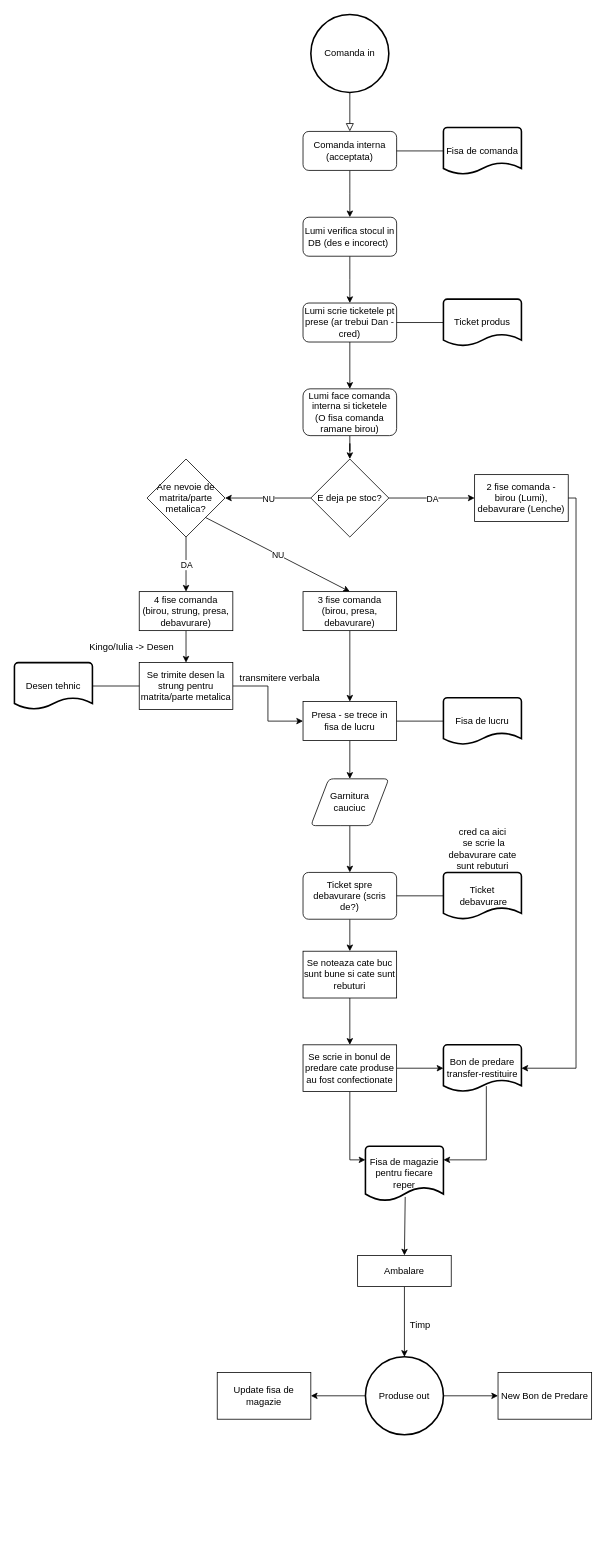
The draw.io diagram comandaFLow.drawio in CodeConjurerEth/Vulcom, before the edit. Source tidied: cells renumbered, new cells numbered last; positions are measured from the earlier drawing's top-left corner, leaving out a move shared by most shapes. Both pictures are drawn from the tidied source at 78%, with x=0, y=0 at pixel (14, 14).
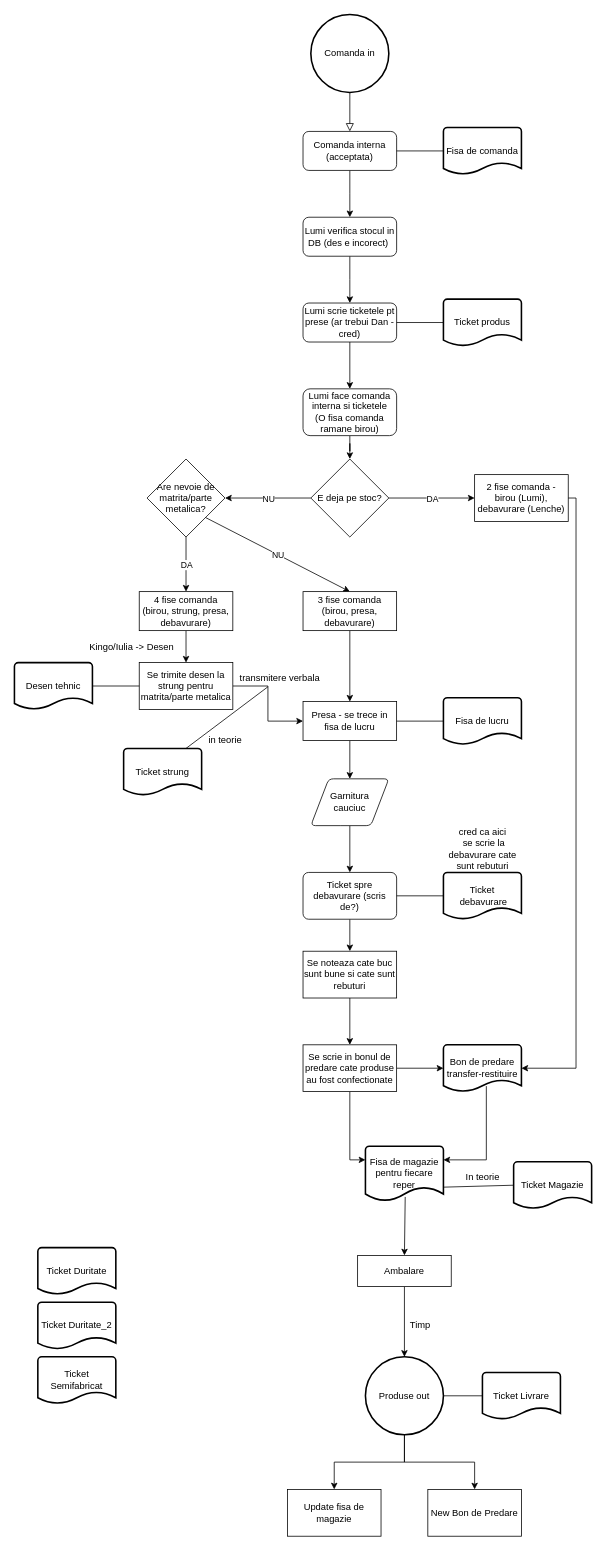
After the change.

The change refers to these unchanged cells:
```xml
<mxCell id="42" value="transmitere verbala" style="text;html=1;align=center;verticalAlign=middle;points=[];strokeColor=none;fillColor=none;" parent="1" vertex="1">
  <mxGeometry x="280" y="841" width="120" height="20" as="geometry" />
</mxCell>
<mxCell id="49" value="Fisa de magazie&lt;br&gt;pentru fiecare reper" style="strokeWidth=2;html=1;shape=mxgraph.flowchart.document2;whiteSpace=wrap;size=0.25;" parent="1" vertex="1">
  <mxGeometry x="450" y="1451" width="100" height="70" as="geometry" />
</mxCell>
<mxCell id="59" value="Produse out" style="strokeWidth=2;html=1;shape=mxgraph.flowchart.start_2;whiteSpace=wrap;" parent="1" vertex="1">
  <mxGeometry x="450" y="1721" width="100" height="100" as="geometry" />
</mxCell>
```

Diff of the diagram source:
```diff
@@
     <mxCell id="63" value="New Bon de Predare" style="whiteSpace=wrap;html=1;strokeWidth=1;" parent="1" vertex="1">
-      <mxGeometry x="620" y="1741" width="120" height="60" as="geometry" />
+      <mxGeometry x="530" y="1891" width="120" height="60" as="geometry" />
     </mxCell>
     <mxCell id="64" value="Update fisa de magazie" style="whiteSpace=wrap;html=1;strokeWidth=1;" parent="1" vertex="1">
-      <mxGeometry x="260" y="1741" width="120" height="60" as="geometry" />
+      <mxGeometry x="350" y="1891" width="120" height="60" as="geometry" />
     </mxCell>
+    <mxCell id="65" style="endArrow=none;html=1;rounded=0;exitX=1;exitY=0.5;exitDx=0;exitDy=0;exitPerimeter=0;" parent="1" edge="1" source="59" target="66">
+      <mxGeometry relative="1" as="geometry" />
+    </mxCell>
+    <mxCell id="66" value="Ticket Livrare" style="strokeWidth=2;html=1;shape=mxgraph.flowchart.document2;whiteSpace=wrap;size=0.25;" parent="1" vertex="1">
+      <mxGeometry x="600" y="1741" width="100" height="60" as="geometry" />
+    </mxCell>
+    <mxCell id="67" style="endArrow=none;html=1;rounded=0;exitX=1;exitY=0.75;exitDx=0;exitDy=0;exitPerimeter=0;entryX=0;entryY=0.5;entryDx=0;entryDy=0;entryPerimeter=0;" parent="1" edge="1" source="49" target="69">
+      <mxGeometry relative="1" as="geometry" />
+    </mxCell>
+    <mxCell id="68" value="In teorie" style="text;html=1;align=center;verticalAlign=middle;strokeColor=none;fillColor=none;" parent="1" vertex="1">
+      <mxGeometry x="570" y="1481" width="60" height="20" as="geometry" />
+    </mxCell>
+    <mxCell id="69" value="Ticket Magazie" style="strokeWidth=2;html=1;shape=mxgraph.flowchart.document2;whiteSpace=wrap;size=0.25;" parent="1" vertex="1">
+      <mxGeometry x="640" y="1471" width="100" height="60" as="geometry" />
+    </mxCell>
+    <mxCell id="70" style="endArrow=none;html=1;rounded=0;entryX=0.375;entryY=1.05;entryDx=0;entryDy=0;entryPerimeter=0;" parent="1" edge="1" target="42">
+      <mxGeometry relative="1" as="geometry">
+        <mxPoint x="220" y="941" as="sourcePoint" />
+      </mxGeometry>
+    </mxCell>
+    <mxCell id="71" value="in teorie" style="text;html=1;align=center;verticalAlign=middle;strokeColor=none;fillColor=none;" parent="1" vertex="1">
+      <mxGeometry x="240" y="921" width="60" height="20" as="geometry" />
+    </mxCell>
+    <mxCell id="72" value="Ticket strung" style="strokeWidth=2;html=1;shape=mxgraph.flowchart.document2;whiteSpace=wrap;size=0.25;" parent="1" vertex="1">
+      <mxGeometry x="140" y="941" width="100" height="60" as="geometry" />
+    </mxCell>
+    <mxCell id="73" value="Ticket Duritate" style="strokeWidth=2;html=1;shape=mxgraph.flowchart.document2;whiteSpace=wrap;size=0.25;" parent="1" vertex="1">
+      <mxGeometry x="30" y="1581" width="100" height="60" as="geometry" />
+    </mxCell>
+    <mxCell id="74" value="Ticket Duritate_2" style="strokeWidth=2;html=1;shape=mxgraph.flowchart.document2;whiteSpace=wrap;size=0.25;" parent="1" vertex="1">
+      <mxGeometry x="30" y="1651" width="100" height="60" as="geometry" />
+    </mxCell>
+    <mxCell id="75" value="Ticket Semifabricat" style="strokeWidth=2;html=1;shape=mxgraph.flowchart.document2;whiteSpace=wrap;size=0.25;" parent="1" vertex="1">
+      <mxGeometry x="30" y="1721" width="100" height="60" as="geometry" />
+    </mxCell>
```
